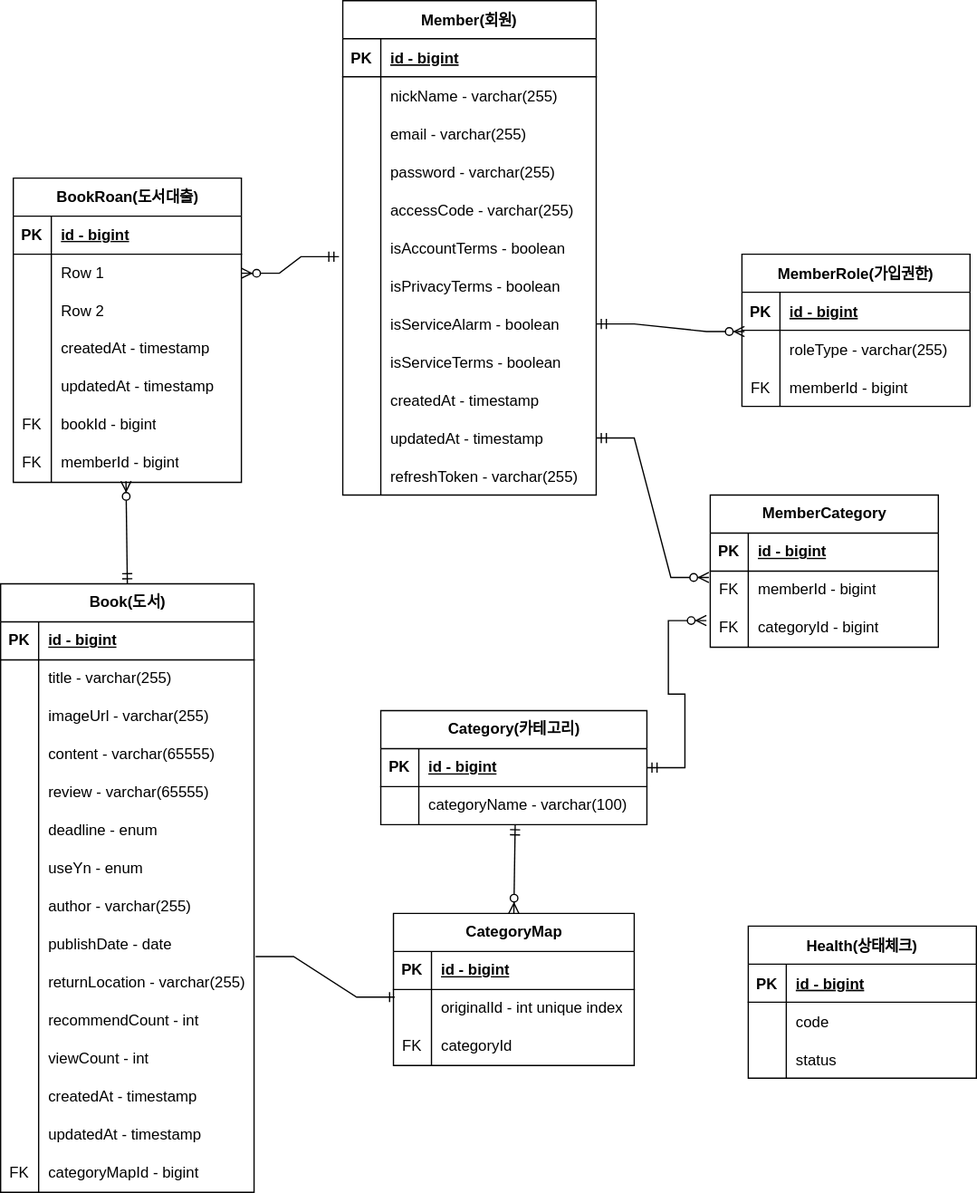
dukki-labs/litarary keeps this draw.io diagram as document/litarary.drawio.svg. Above is the earlier version. Source tidied: cells renumbered, new cells last; positions are measured from the earlier drawing's top-left corner, leaving out a move shared by most shapes.
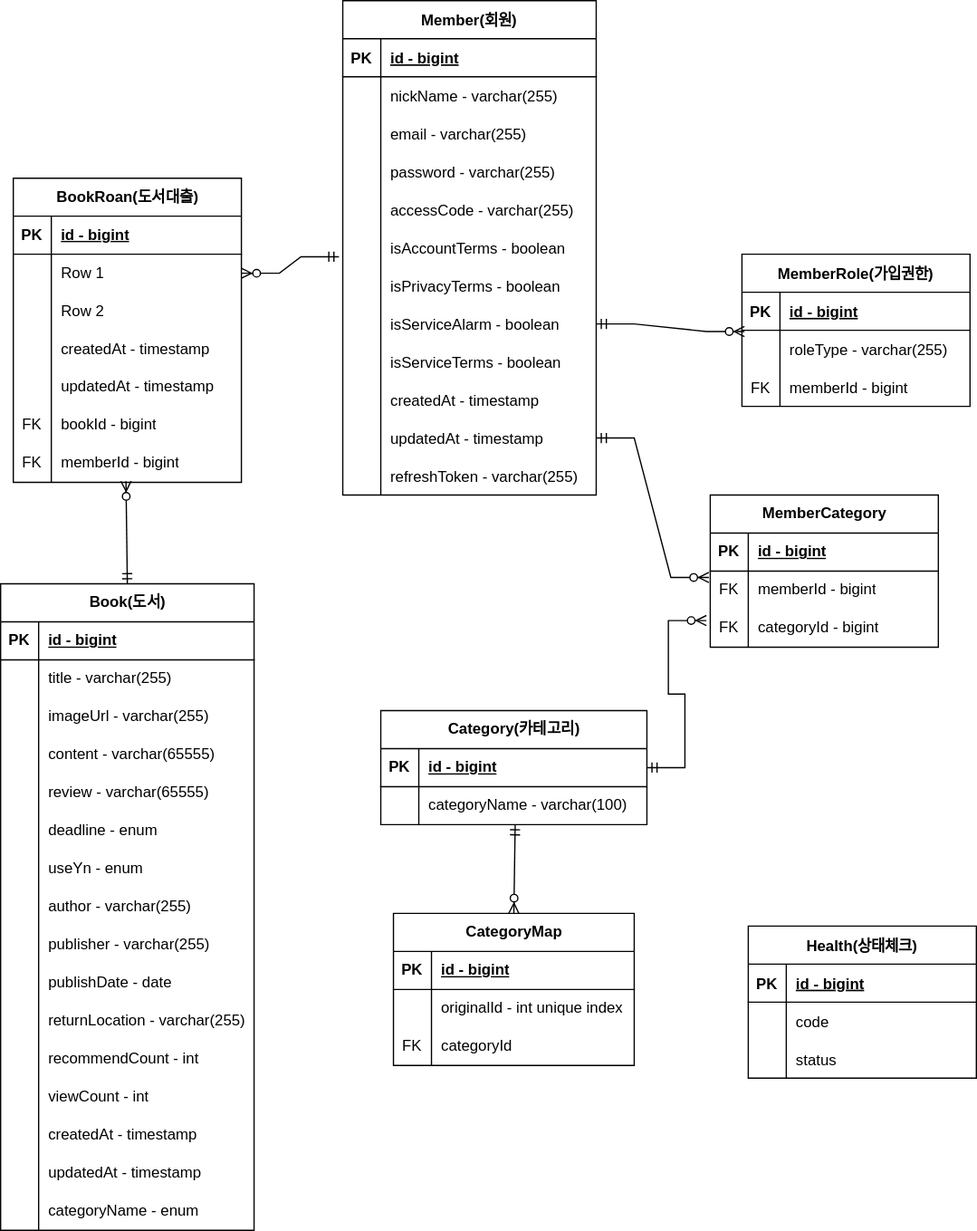
The same file after the commit.

Commit message:
Feat: [#66] ERD 출판사 칼럼추가 및 연관관계 수정

Diff of the diagram source:
```diff
@@ -231,7 +231,7 @@
       <mxGeometry relative="1" as="geometry" />
     </mxCell>
     <mxCell id="78" value="Book(도서)" style="shape=table;startSize=30;rowLines=0;fontStyle=1;align=center;html=1;" parent="1" vertex="1">
-      <mxGeometry y="460" width="200" height="480" as="geometry" />
+      <mxGeometry y="460" width="200" height="510" as="geometry" />
     </mxCell>
     <mxCell id="79" style="shape=tableRow;horizontal=0;startSize=0;swimlaneHead=0;swimlaneBody=0;fillColor=none;top=0;left=0;right=0;bottom=1;" parent="78" vertex="1">
       <mxGeometry y="30" width="200" height="30" as="geometry" />
@@ -305,8 +305,17 @@
     <mxCell id="102" value="author - varchar(255)" style="shape=partialRectangle;fillColor=none;top=0;left=0;bottom=0;right=0;align=left;spacingLeft=6;overflow=hidden;whiteSpace=wrap;html=1;" parent="100" vertex="1">
       <mxGeometry x="30" width="170" height="30" as="geometry" />
     </mxCell>
+    <mxCell id="161" style="shape=tableRow;horizontal=0;startSize=0;swimlaneHead=0;swimlaneBody=0;fillColor=none;top=0;left=0;right=0;bottom=0;" parent="78" vertex="1">
+      <mxGeometry y="270" width="200" height="30" as="geometry" />
+    </mxCell>
+    <mxCell id="162" style="shape=partialRectangle;fillColor=none;top=0;left=0;bottom=0;right=0;overflow=hidden;whiteSpace=wrap;html=1;" parent="161" vertex="1">
+      <mxGeometry width="30" height="30" as="geometry" />
+    </mxCell>
+    <mxCell id="163" value="publisher - varchar(255)" style="shape=partialRectangle;fillColor=none;top=0;left=0;bottom=0;right=0;align=left;spacingLeft=6;overflow=hidden;whiteSpace=wrap;html=1;" parent="161" vertex="1">
+      <mxGeometry x="30" width="170" height="30" as="geometry" />
+    </mxCell>
     <mxCell id="103" style="shape=tableRow;horizontal=0;startSize=0;swimlaneHead=0;swimlaneBody=0;fillColor=none;points=[[0,0.5],[1,0.5]];portConstraint=eastwest;top=0;left=0;right=0;bottom=0;" parent="78" vertex="1">
-      <mxGeometry y="270" width="200" height="30" as="geometry" />
+      <mxGeometry y="300" width="200" height="30" as="geometry" />
     </mxCell>
     <mxCell id="104" style="shape=partialRectangle;fillColor=none;top=0;left=0;bottom=0;right=0;overflow=hidden;whiteSpace=wrap;html=1;" parent="103" vertex="1">
       <mxGeometry width="30" height="30" as="geometry" />
@@ -315,7 +324,7 @@
       <mxGeometry x="30" width="170" height="30" as="geometry" />
     </mxCell>
     <mxCell id="106" style="shape=tableRow;horizontal=0;startSize=0;swimlaneHead=0;swimlaneBody=0;fillColor=none;top=0;left=0;right=0;bottom=0;" parent="78" vertex="1">
-      <mxGeometry y="300" width="200" height="30" as="geometry" />
+      <mxGeometry y="330" width="200" height="30" as="geometry" />
     </mxCell>
     <mxCell id="107" style="shape=partialRectangle;fillColor=none;top=0;left=0;bottom=0;right=0;overflow=hidden;whiteSpace=wrap;html=1;" parent="106" vertex="1">
       <mxGeometry width="30" height="30" as="geometry" />
@@ -324,7 +333,7 @@
       <mxGeometry x="30" width="170" height="30" as="geometry" />
     </mxCell>
     <mxCell id="109" style="shape=tableRow;horizontal=0;startSize=0;swimlaneHead=0;swimlaneBody=0;fillColor=none;top=0;left=0;right=0;bottom=0;" parent="78" vertex="1">
-      <mxGeometry y="330" width="200" height="30" as="geometry" />
+      <mxGeometry y="360" width="200" height="30" as="geometry" />
     </mxCell>
     <mxCell id="110" style="shape=partialRectangle;fillColor=none;top=0;left=0;bottom=0;right=0;overflow=hidden;whiteSpace=wrap;html=1;" parent="109" vertex="1">
       <mxGeometry width="30" height="30" as="geometry" />
@@ -333,7 +342,7 @@
       <mxGeometry x="30" width="170" height="30" as="geometry" />
     </mxCell>
     <mxCell id="112" style="shape=tableRow;horizontal=0;startSize=0;swimlaneHead=0;swimlaneBody=0;fillColor=none;top=0;left=0;right=0;bottom=0;" parent="78" vertex="1">
-      <mxGeometry y="360" width="200" height="30" as="geometry" />
+      <mxGeometry y="390" width="200" height="30" as="geometry" />
     </mxCell>
     <mxCell id="113" style="shape=partialRectangle;fillColor=none;top=0;left=0;bottom=0;right=0;overflow=hidden;whiteSpace=wrap;html=1;" parent="112" vertex="1">
       <mxGeometry width="30" height="30" as="geometry" />
@@ -342,7 +351,7 @@
       <mxGeometry x="30" width="170" height="30" as="geometry" />
     </mxCell>
     <mxCell id="115" style="shape=tableRow;horizontal=0;startSize=0;swimlaneHead=0;swimlaneBody=0;fillColor=none;top=0;left=0;right=0;bottom=0;" parent="78" vertex="1">
-      <mxGeometry y="390" width="200" height="30" as="geometry" />
+      <mxGeometry y="420" width="200" height="30" as="geometry" />
     </mxCell>
     <mxCell id="116" style="shape=partialRectangle;fillColor=none;top=0;left=0;bottom=0;right=0;overflow=hidden;whiteSpace=wrap;html=1;" parent="115" vertex="1">
       <mxGeometry width="30" height="30" as="geometry" />
@@ -351,7 +360,7 @@
       <mxGeometry x="30" width="170" height="30" as="geometry" />
     </mxCell>
     <mxCell id="118" style="shape=tableRow;horizontal=0;startSize=0;swimlaneHead=0;swimlaneBody=0;fillColor=none;top=0;left=0;right=0;bottom=0;" parent="78" vertex="1">
-      <mxGeometry y="420" width="200" height="30" as="geometry" />
+      <mxGeometry y="450" width="200" height="30" as="geometry" />
     </mxCell>
     <mxCell id="119" style="shape=partialRectangle;fillColor=none;top=0;left=0;bottom=0;right=0;overflow=hidden;whiteSpace=wrap;html=1;" parent="118" vertex="1">
       <mxGeometry width="30" height="30" as="geometry" />
@@ -360,12 +369,12 @@
       <mxGeometry x="30" width="170" height="30" as="geometry" />
     </mxCell>
     <mxCell id="121" style="shape=tableRow;horizontal=0;startSize=0;swimlaneHead=0;swimlaneBody=0;fillColor=none;top=0;left=0;right=0;bottom=0;" parent="78" vertex="1">
-      <mxGeometry y="450" width="200" height="30" as="geometry" />
+      <mxGeometry y="480" width="200" height="30" as="geometry" />
     </mxCell>
-    <mxCell id="122" value="FK" style="shape=partialRectangle;fillColor=none;top=0;left=0;bottom=0;right=0;overflow=hidden;whiteSpace=wrap;html=1;" parent="121" vertex="1">
+    <mxCell id="122" style="shape=partialRectangle;fillColor=none;top=0;left=0;bottom=0;right=0;overflow=hidden;whiteSpace=wrap;html=1;" parent="121" vertex="1">
       <mxGeometry width="30" height="30" as="geometry" />
     </mxCell>
-    <mxCell id="123" value="categoryMapId - bigint" style="shape=partialRectangle;fillColor=none;top=0;left=0;bottom=0;right=0;align=left;spacingLeft=6;overflow=hidden;whiteSpace=wrap;html=1;" parent="121" vertex="1">
+    <mxCell id="123" value="categoryName - enum" style="shape=partialRectangle;fillColor=none;top=0;left=0;bottom=0;right=0;align=left;spacingLeft=6;overflow=hidden;whiteSpace=wrap;html=1;" parent="121" vertex="1">
       <mxGeometry x="30" width="170" height="30" as="geometry" />
     </mxCell>
     <mxCell id="124" value="BookRoan(도서대출)" style="shape=table;startSize=30;rowLines=0;fontStyle=1;align=center;html=1;" parent="1" vertex="1">
@@ -440,9 +449,6 @@
     <mxCell id="147" style="fontSize=12;html=1;endArrow=ERzeroToMany;startArrow=ERmandOne;rounded=0;entryX=0.494;entryY=0.967;entryDx=0;entryDy=0;entryPerimeter=0;exitX=0.5;exitY=0;exitDx=0;exitDy=0;" parent="1" edge="1" source="78" target="143">
       <mxGeometry relative="1" as="geometry" />
     </mxCell>
-    <mxCell id="148" style="edgeStyle=entityRelationEdgeStyle;fontSize=12;html=1;endArrow=ERone;endFill=1;rounded=0;exitX=1.006;exitY=0.8;exitDx=0;exitDy=0;exitPerimeter=0;entryX=0.005;entryY=0.2;entryDx=0;entryDy=0;entryPerimeter=0;" parent="1" edge="1" source="103" target="71">
-      <mxGeometry relative="1" as="geometry" />
-    </mxCell>
     <mxCell id="149" value="MemberCategory" style="shape=table;startSize=30;rowLines=0;fontStyle=1;align=center;html=1;" parent="1" vertex="1">
       <mxGeometry x="560" y="390" width="180" height="120" as="geometry" />
     </mxCell>
```
